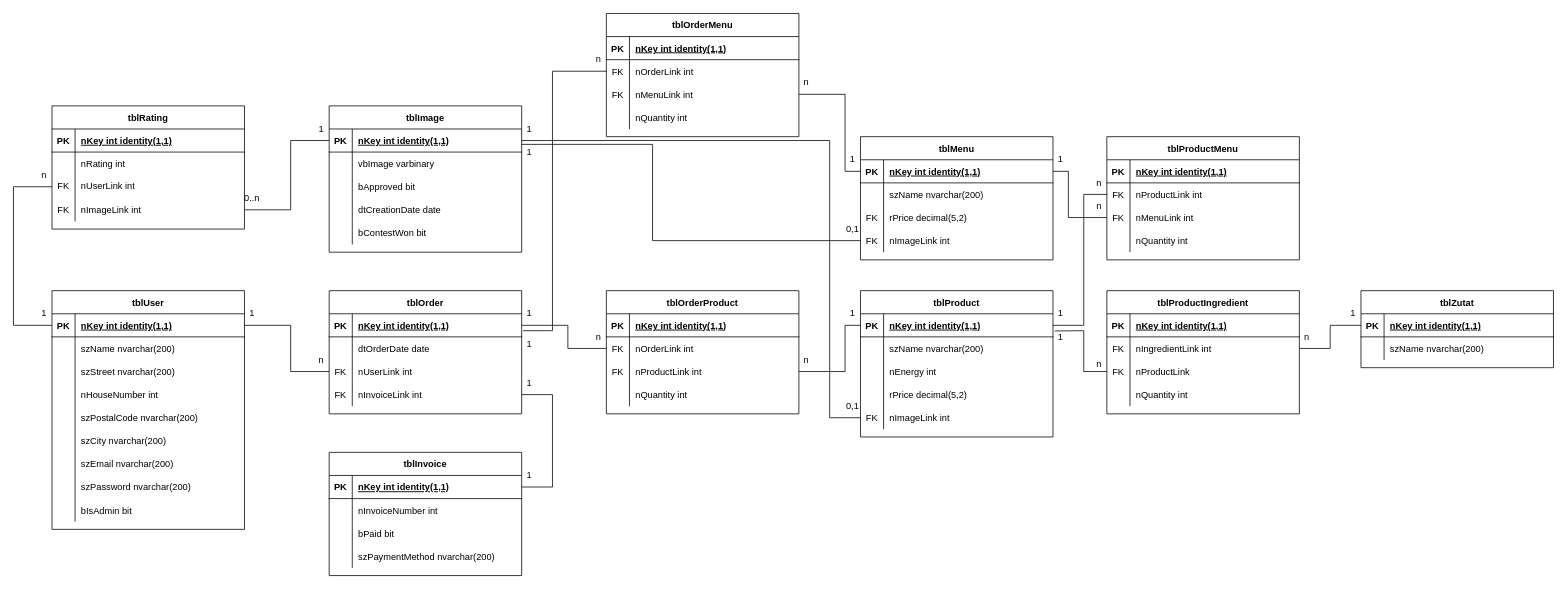
JonathanYildiz/CommitAndForget keeps this draw.io diagram as Docs/Zeichnungen/Logisches Modell.drawio. Above is the earlier version. Source tidied: cells renumbered, new cells numbered last; positions are measured from the earlier drawing's top-left corner, leaving out a move shared by most shapes. Both pictures are drawn from the tidied source at 77%, with x=0, y=0 at pixel (13, 13).
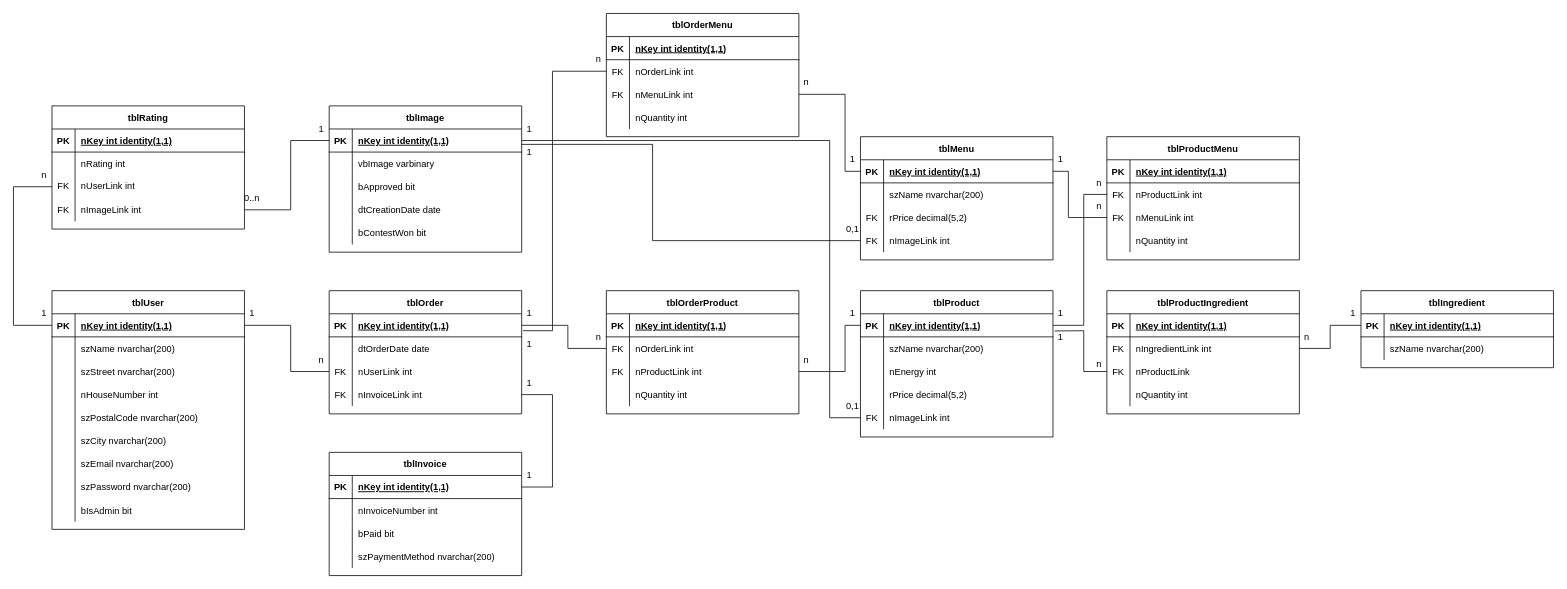
Above is the later version.

Commit message (it also covers changes not shown here):
Logisches Modell korrigiert

Diff of the diagram source:
```diff
@@
-    <mxCell id="183" value="tblZutat" style="shape=table;startSize=30;childLayout=tableLayout;rowLines=0;fontStyle=1;align=center;" parent="1" vertex="1">
+    <mxCell id="183" value="tblIngredient" style="shape=table;startSize=30;childLayout=tableLayout;rowLines=0;fontStyle=1;align=center;" parent="1" vertex="1">
       <mxGeometry x="1750" y="360" width="250" height="100" as="geometry" />
     </mxCell>
```
